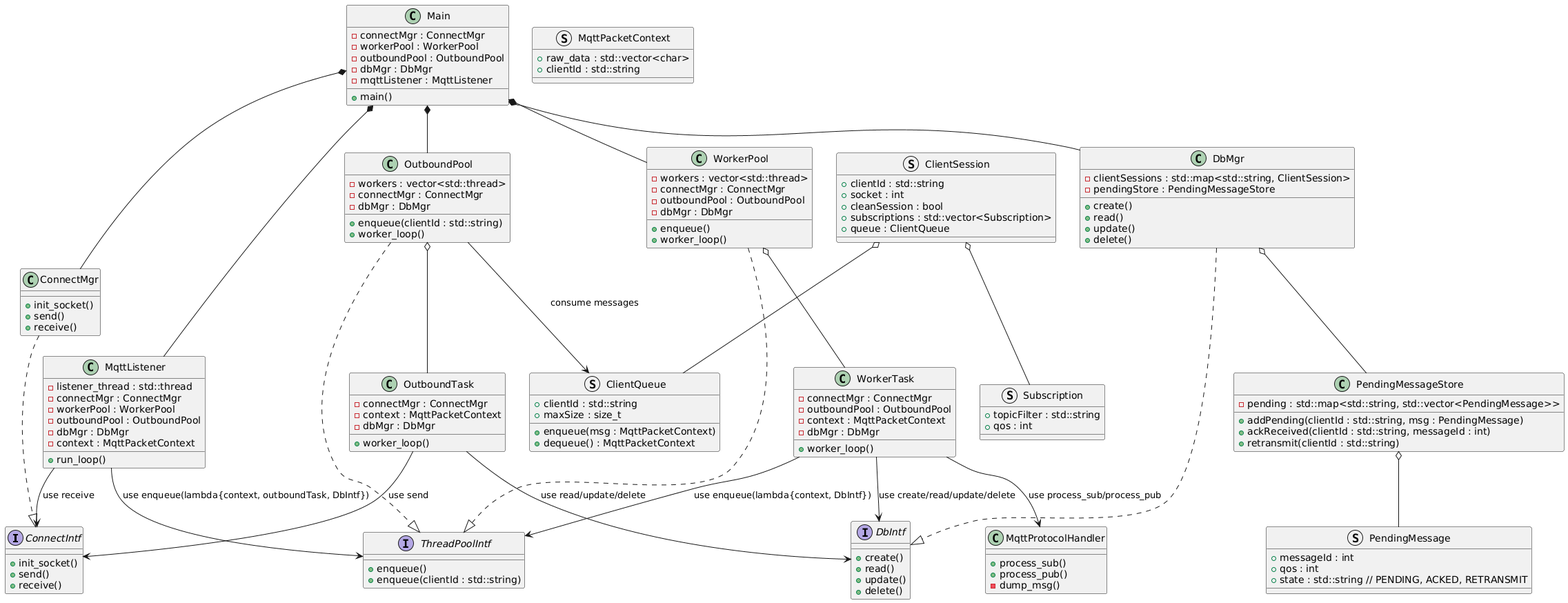
amauri-bz/az_mqtt_broker keeps this PlantUML diagram as img/az_mqtt_broker.png. Above is the earlier version.
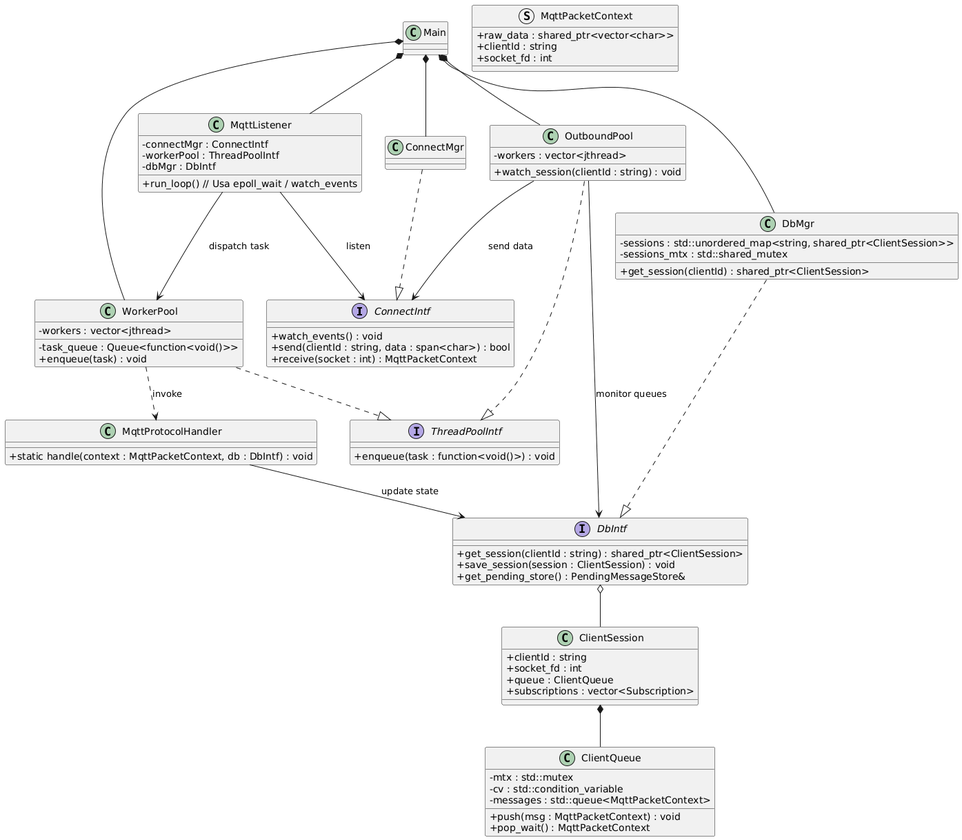
The same diagram one commit later.

Change to the diagram source:
```diff
@@ -1,130 +1,70 @@
 @startuml
+skinparam backgroundColor #FFFFFF
+skinparam classAttributeIconSize 0
+
 interface ConnectIntf {
-    + init_socket()
-    + send()
-    + receive()
+    + watch_events() : void
+    + send(clientId : string, data : span<char>) : bool
+    + receive(socket : int) : MqttPacketContext
 }
 
 interface DbIntf {
-    + create()
-    + read()
-    + update()
-    + delete()
+    + get_session(clientId : string) : shared_ptr<ClientSession>
+    + save_session(session : ClientSession) : void
+    + get_pending_store() : PendingMessageStore&
 }
 
 interface ThreadPoolIntf {
-    + enqueue()
-    + enqueue(clientId : std::string)
+    + enqueue(task : function<void()>) : void
 }
 
 struct MqttPacketContext {
-    + raw_data : std::vector<char>
-    + clientId : std::string
+    + raw_data : shared_ptr<vector<char>>
+    + clientId : string
+    + socket_fd : int
 }
 
-struct Subscription {
-    + topicFilter : std::string
-    + qos : int
+class ClientQueue {
+    - mtx : std::mutex
+    - cv : std::condition_variable
+    - messages : std::queue<MqttPacketContext>
+    + push(msg : MqttPacketContext) : void
+    + pop_wait() : MqttPacketContext
 }
 
-struct ClientQueue {
-    + clientId : std::string
-    + maxSize : size_t
-    + enqueue(msg : MqttPacketContext)
-    + dequeue() : MqttPacketContext
+class ClientSession {
+    + clientId : string
+    + socket_fd : int
+    + queue : ClientQueue
+    + subscriptions : vector<Subscription>
 }
 
-struct PendingMessage {
-    + messageId : int
-    + qos : int
-    + state : std::string // PENDING, ACKED, RETRANSMIT
-}
-
-class PendingMessageStore {
-    + addPending(clientId : std::string, msg : PendingMessage)
-    + ackReceived(clientId : std::string, messageId : int)
-    + retransmit(clientId : std::string)
-    - pending : std::map<std::string, std::vector<PendingMessage>>
-}
-
-struct ClientSession {
-    + clientId : std::string
-    + socket : int
-    + cleanSession : bool
-    + subscriptions : std::vector<Subscription>
-    + queue : ClientQueue
-}
-
-class ConnectMgr {
-    + init_socket()
-    + send()
-    + receive()
+class DbMgr {
+    - sessions : std::unordered_map<string, shared_ptr<ClientSession>>
+    - sessions_mtx : std::shared_mutex
+    + get_session(clientId) : shared_ptr<ClientSession>
 }
 
 class WorkerPool {
-    + enqueue()
-    + worker_loop()
-    - workers : vector<std::thread>
-    - connectMgr : ConnectMgr
-    - outboundPool : OutboundPool
-    - dbMgr : DbMgr
-}
-
-class WorkerTask {
-    + worker_loop()
-    - connectMgr : ConnectMgr
-    - outboundPool : OutboundPool
-    - context : MqttPacketContext
-    - dbMgr : DbMgr
+    - workers : vector<jthread>
+    - task_queue : Queue<function<void()>>
+    + enqueue(task) : void
 }
 
 class OutboundPool {
-    + enqueue(clientId : std::string)
-    + worker_loop()
-    - workers : vector<std::thread>
-    - connectMgr : ConnectMgr
-    - dbMgr : DbMgr
-}
-
-class OutboundTask {
-    + worker_loop()
-    - connectMgr : ConnectMgr
-    - context : MqttPacketContext
-    - dbMgr : DbMgr
-}
-
-class DbMgr {
-    + create()
-    + read()
-    + update()
-    + delete()
-    - clientSessions : std::map<std::string, ClientSession>
-    - pendingStore : PendingMessageStore
+    - workers : vector<jthread>
+    + watch_session(clientId : string) : void
 }
 
 class MqttListener {
-    + run_loop()
-    - listener_thread : std::thread
-    - connectMgr : ConnectMgr
-    - workerPool : WorkerPool
-    - outboundPool : OutboundPool
-    - dbMgr : DbMgr
-    - context : MqttPacketContext
+    - connectMgr : ConnectIntf
+    - workerPool : ThreadPoolIntf
+    - dbMgr : DbIntf
+    + run_loop() // Usa epoll_wait / watch_events
 }
 
 class MqttProtocolHandler {
-    + process_sub()
-    + process_pub()
-    - dump_msg()
-}
-
-class Main {
-    - connectMgr : ConnectMgr
-    - workerPool : WorkerPool
-    - outboundPool : OutboundPool
-    - dbMgr : DbMgr
-    - mqttListener : MqttListener
-    + main()
+    + static handle(context : MqttPacketContext, db : DbIntf) : void
 }
 
 Main *-- ConnectMgr
@@ -133,25 +73,17 @@
 Main *-- DbMgr
 Main *-- MqttListener
 
-WorkerPool..|> ThreadPoolIntf
-OutboundPool..|> ThreadPoolIntf
-ConnectMgr..|> ConnectIntf
+ConnectMgr ..|> ConnectIntf
 DbMgr ..|> DbIntf
+WorkerPool ..|> ThreadPoolIntf
+OutboundPool ..|> ThreadPoolIntf
 
-WorkerPool o-- WorkerTask
-OutboundPool o-- OutboundTask
-
-ClientSession o-- Subscription
-ClientSession o-- ClientQueue
-DbMgr o-- PendingMessageStore
-PendingMessageStore o-- PendingMessage
-
-WorkerTask --> DbIntf : use create/read/update/delete
-OutboundTask --> ConnectIntf : use send
-OutboundTask --> DbIntf : use read/update/delete
-WorkerTask --> MqttProtocolHandler : use process_sub/process_pub
-WorkerTask --> ThreadPoolIntf : use enqueue(lambda{context, DbIntf})
-MqttListener --> ConnectIntf : use receive
-MqttListener --> ThreadPoolIntf : use enqueue(lambda{context, outboundTask, DbIntf})
-OutboundPool --> ClientQueue : consume messages
+MqttListener --> ConnectIntf : listen
+MqttListener --> WorkerPool : dispatch task
+WorkerPool ..> MqttProtocolHandler : invoke
+MqttProtocolHandler --> DbIntf : update state
+DbIntf o-- ClientSession
+ClientSession *-- ClientQueue
+OutboundPool --> DbIntf : monitor queues
+OutboundPool --> ConnectIntf : send data
 @enduml
```
